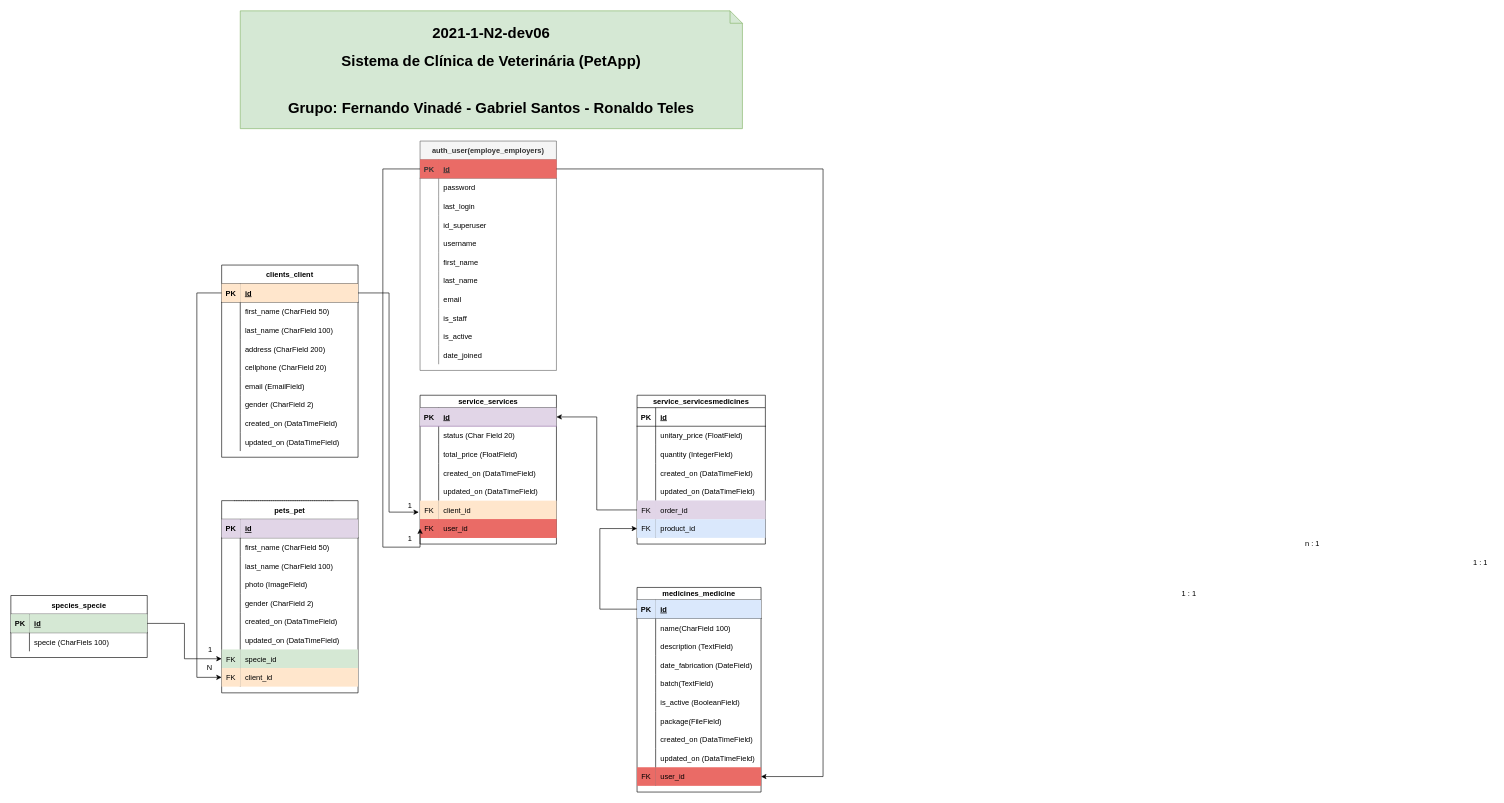
Above: GRUPO 06 - Sistema de Clínica de Veterinária (PetApp).drawio in chanbito/2021-1-N2-dev06 (draw.io), before the change. Source tidied: cells renumbered, new cells numbered last; positions are measured from the earlier drawing's top-left corner, leaving out a move shared by most shapes. Both pictures are drawn from the tidied source at 62%, with x=0, y=0 at pixel (11, 11).
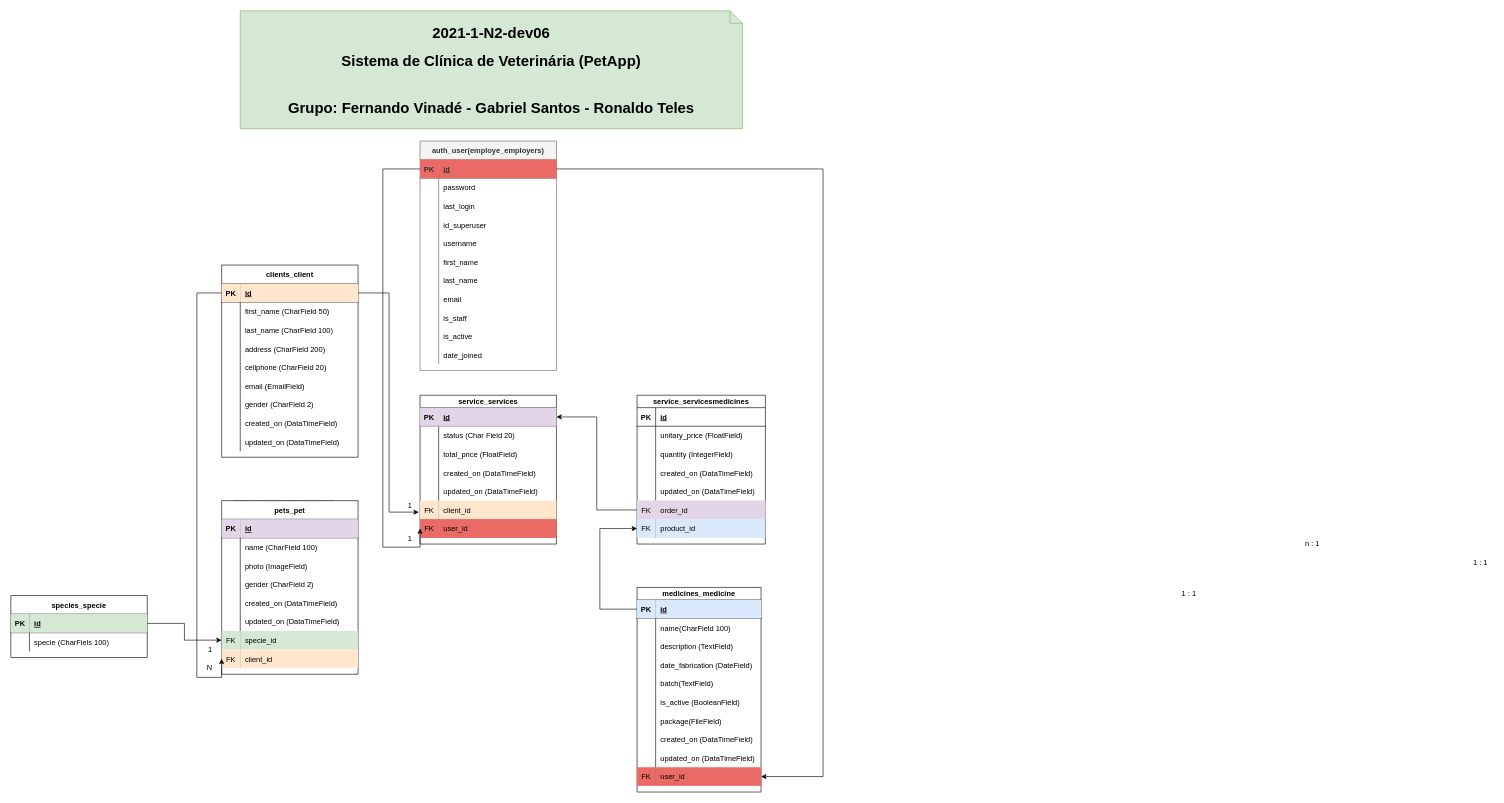
The same page after the edit.

The edit, as a diff of the source:
```diff
@@
     <mxCell id="142" value="pets_pet" style="shape=table;startSize=30;childLayout=tableLayout;rowLines=0;fontStyle=1;align=center;" parent="1" vertex="1">
-      <mxGeometry x="340" y="790" width="220" height="310" as="geometry" />
+      <mxGeometry x="340" y="790" width="220" height="280" as="geometry" />
     </mxCell>
@@
-    <mxCell id="146" style="shape=partialRectangle;fillColor=none;top=0;left=0;bottom=0;right=0;" parent="142" vertex="1">
-      <mxGeometry y="60" width="220" height="30" as="geometry" />
-    </mxCell>
-    <mxCell id="147" style="shape=partialRectangle;fillColor=none;top=0;left=0;bottom=0;right=0;overflow=hidden;" parent="146" vertex="1">
-      <mxGeometry width="30" height="30" as="geometry" />
-    </mxCell>
-    <mxCell id="148" value="first_name (CharField 50)" style="shape=partialRectangle;fillColor=none;top=0;left=0;bottom=0;right=0;align=left;spacingLeft=6;overflow=hidden;" parent="146" vertex="1">
-      <mxGeometry x="30" width="190" height="30" as="geometry" />
-    </mxCell>
     <mxCell id="149" style="shape=partialRectangle;fillColor=none;top=0;left=0;bottom=0;right=0;" parent="142" vertex="1">
-      <mxGeometry y="90" width="220" height="30" as="geometry" />
+      <mxGeometry y="60" width="220" height="30" as="geometry" />
     </mxCell>
@@
-    <mxCell id="151" value="last_name (CharField 100)" style="shape=partialRectangle;fillColor=none;top=0;left=0;bottom=0;right=0;align=left;spacingLeft=6;overflow=hidden;" parent="149" vertex="1">
+    <mxCell id="151" value="name (CharField 100)" style="shape=partialRectangle;fillColor=none;top=0;left=0;bottom=0;right=0;align=left;spacingLeft=6;overflow=hidden;" parent="149" vertex="1">
       <mxGeometry x="30" width="190" height="30" as="geometry" />
     </mxCell>
     <mxCell id="152" style="shape=partialRectangle;fillColor=none;top=0;left=0;bottom=0;right=0;strokeColor=#82b366;align=center;verticalAlign=middle;" parent="142" vertex="1">
-      <mxGeometry y="120" width="220" height="30" as="geometry" />
+      <mxGeometry y="90" width="220" height="30" as="geometry" />
     </mxCell>
@@
     <mxCell id="155" style="shape=partialRectangle;fillColor=none;top=0;left=0;bottom=0;right=0;" parent="142" vertex="1">
-      <mxGeometry y="150" width="220" height="30" as="geometry" />
+      <mxGeometry y="120" width="220" height="30" as="geometry" />
     </mxCell>
@@
     <mxCell id="158" style="shape=partialRectangle;fillColor=none;top=0;left=0;bottom=0;right=0;" parent="142" vertex="1">
-      <mxGeometry y="180" width="220" height="30" as="geometry" />
+      <mxGeometry y="150" width="220" height="30" as="geometry" />
     </mxCell>
@@
     <mxCell id="161" style="shape=partialRectangle;fillColor=none;top=0;left=0;bottom=0;right=0;" parent="142" vertex="1">
-      <mxGeometry y="210" width="220" height="30" as="geometry" />
+      <mxGeometry y="180" width="220" height="30" as="geometry" />
     </mxCell>
@@
     <mxCell id="164" style="shape=partialRectangle;fillColor=none;top=0;left=0;bottom=0;right=0;points=[[0,0.5],[1,0.5]];portConstraint=eastwest;" parent="142" vertex="1">
-      <mxGeometry y="240" width="220" height="30" as="geometry" />
+      <mxGeometry y="210" width="220" height="30" as="geometry" />
     </mxCell>
@@
     <mxCell id="167" style="shape=partialRectangle;fillColor=none;top=0;left=0;bottom=0;right=0;points=[[0,0.5],[1,0.5]];portConstraint=eastwest;strokeColor=#82b366;" parent="142" vertex="1">
-      <mxGeometry y="270" width="220" height="30" as="geometry" />
+      <mxGeometry y="240" width="220" height="30" as="geometry" />
     </mxCell>
```
